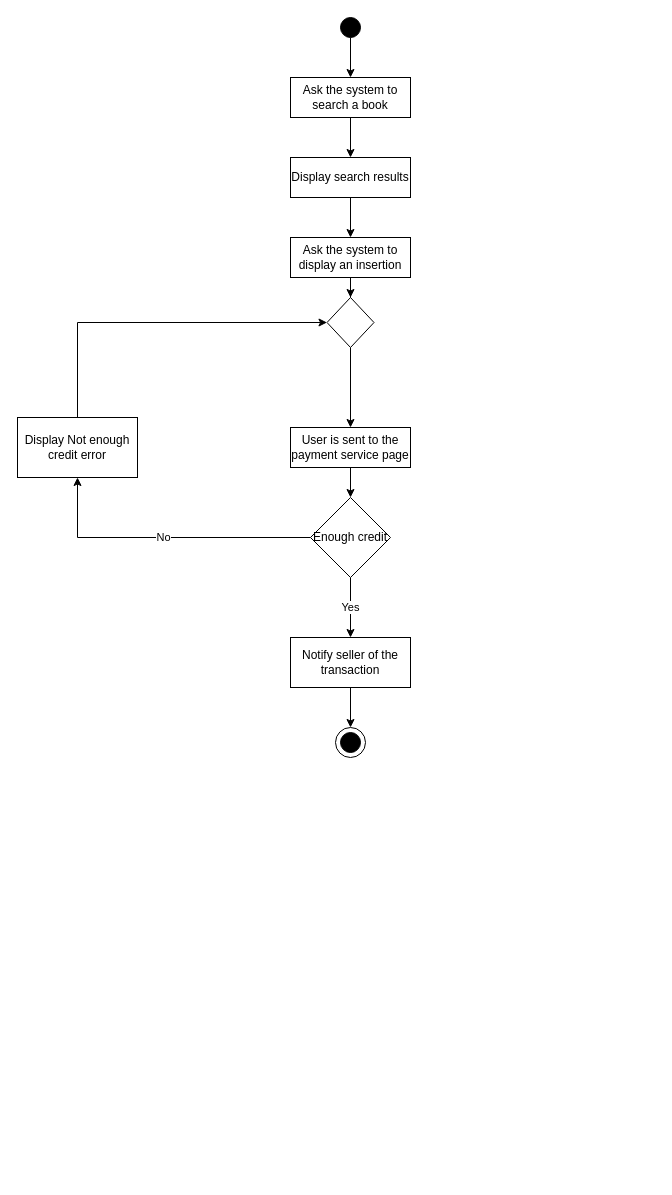
Above: blob/activitydiagram_ BuyBook.drawio in davideleoni997/ScambioUniversitario (draw.io), before the change. Source tidied: cells renumbered, new cells numbered last; positions are measured from the earlier drawing's top-left corner, leaving out a move shared by most shapes. Both pictures are drawn from the tidied source at 100%, with x=0, y=0 at pixel (17, 17).
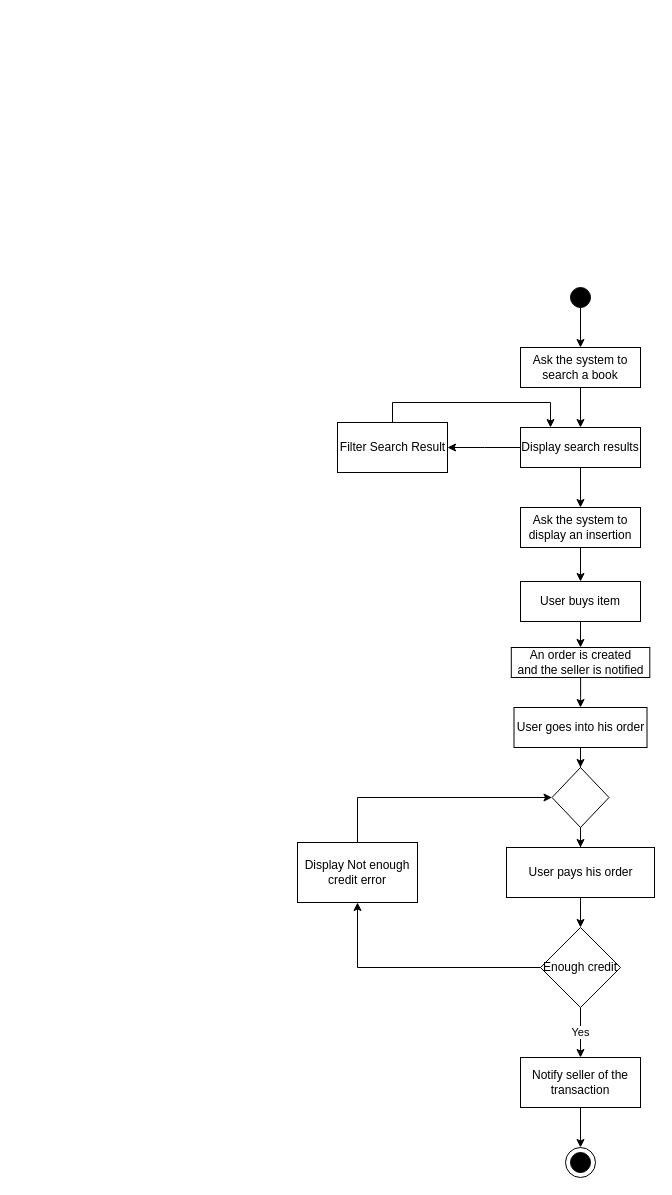
The same diagram, later.

Change to the diagram source:
```diff
@@
-    <mxCell id="2" style="edgeStyle=orthogonalEdgeStyle;rounded=0;jettySize=auto;html=1;entryX=0.5;entryY=0;entryDx=0;entryDy=0;" parent="1" edge="1" source="3" target="5">
-      <mxGeometry relative="1" as="geometry" />
-    </mxCell>
-    <mxCell id="3" style="ellipse;whiteSpace=wrap;html=1;fillColor=#000000;" parent="1" vertex="1">
-      <mxGeometry x="323" width="20" height="20" as="geometry" />
-    </mxCell>
+    <mxCell id="23" style="edgeStyle=orthogonalEdgeStyle;rounded=0;jettySize=auto;html=1;entryX=0.5;entryY=0;entryDx=0;entryDy=0;" parent="1" edge="1" source="24" target="5">
+      <mxGeometry relative="1" as="geometry" />
+    </mxCell>
+    <mxCell id="24" style="ellipse;whiteSpace=wrap;html=1;fillColor=#000000;" parent="1" vertex="1">
+      <mxGeometry x="553" y="270" width="20" height="20" as="geometry" />
+    </mxCell>
@@
     <mxCell id="5" value="Ask the system to search a book" style="rounded=0;whiteSpace=wrap;html=1;strokeColor=#000000;fillColor=#FFFFFF;" parent="1" vertex="1">
-      <mxGeometry x="273" y="60" width="120" height="40" as="geometry" />
+      <mxGeometry x="503" y="330" width="120" height="40" as="geometry" />
     </mxCell>
@@
+    <mxCell id="25" style="edgeStyle=orthogonalEdgeStyle;rounded=0;jettySize=auto;html=1;" parent="1" edge="1" source="7">
+      <mxGeometry relative="1" as="geometry">
+        <mxPoint x="430" y="430" as="targetPoint" />
+      </mxGeometry>
+    </mxCell>
     <mxCell id="7" value="Display search results" style="rounded=0;whiteSpace=wrap;html=1;strokeColor=#000000;fillColor=#FFFFFF;" parent="1" vertex="1">
-      <mxGeometry x="273" y="140" width="120" height="40" as="geometry" />
+      <mxGeometry x="503" y="410" width="120" height="40" as="geometry" />
     </mxCell>
-    <mxCell id="8" style="edgeStyle=orthogonalEdgeStyle;rounded=0;jettySize=auto;html=1;entryX=0.5;entryY=0;entryDx=0;entryDy=0;" parent="1" edge="1" source="9" target="22">
-      <mxGeometry relative="1" as="geometry" />
-    </mxCell>
+    <mxCell id="26" style="edgeStyle=orthogonalEdgeStyle;rounded=0;jettySize=auto;html=1;entryX=0.5;entryY=0;entryDx=0;entryDy=0;" parent="1" edge="1" source="9" target="31">
+      <mxGeometry relative="1" as="geometry" />
+    </mxCell>
     <mxCell id="9" value="Ask the system to display an insertion" style="rounded=0;whiteSpace=wrap;html=1;strokeColor=#000000;fillColor=#FFFFFF;" parent="1" vertex="1">
-      <mxGeometry x="273" y="220" width="120" height="40" as="geometry" />
+      <mxGeometry x="503" y="490" width="120" height="40" as="geometry" />
     </mxCell>
-    <mxCell id="10" style="edgeStyle=orthogonalEdgeStyle;rounded=0;jettySize=auto;html=1;entryX=0.5;entryY=0;entryDx=0;entryDy=0;" parent="1" edge="1" source="11" target="13">
-      <mxGeometry relative="1" as="geometry" />
-    </mxCell>
+    <mxCell id="27" style="edgeStyle=orthogonalEdgeStyle;rounded=0;jettySize=auto;html=1;entryX=0.5;entryY=0;entryDx=0;entryDy=0;" parent="1" edge="1" source="11" target="29">
+      <mxGeometry relative="1" as="geometry" />
+    </mxCell>
     <mxCell id="11" value="Notify seller of the transaction" style="rounded=0;whiteSpace=wrap;html=1;strokeColor=#000000;fillColor=#FFFFFF;" parent="1" vertex="1">
-      <mxGeometry x="273" y="620" width="120" height="50" as="geometry" />
+      <mxGeometry x="503" y="1040" width="120" height="50" as="geometry" />
     </mxCell>
-    <mxCell id="12" style="ellipse;whiteSpace=wrap;html=1;fillColor=#000000;" parent="1" vertex="1">
-      <mxGeometry x="323" y="715" width="20" height="20" as="geometry" />
-    </mxCell>
-    <mxCell id="13" style="ellipse;whiteSpace=wrap;html=1;strokeColor=#000000;fillColor=none;" parent="1" vertex="1">
-      <mxGeometry x="318" y="710" width="30" height="30" as="geometry" />
-    </mxCell>
-    <mxCell id="14" style="edgeStyle=orthogonalEdgeStyle;rounded=0;jettySize=auto;html=1;entryX=0.5;entryY=0;entryDx=0;entryDy=0;" parent="1" edge="1" source="15" target="18">
-      <mxGeometry relative="1" as="geometry" />
-    </mxCell>
-    <mxCell id="15" value="User is sent to the payment service page" style="rounded=0;whiteSpace=wrap;html=1;" parent="1" vertex="1">
-      <mxGeometry x="273" y="410" width="120" height="40" as="geometry" />
-    </mxCell>
+    <mxCell id="28" style="ellipse;whiteSpace=wrap;html=1;fillColor=#000000;" parent="1" vertex="1">
+      <mxGeometry x="553" y="1135" width="20" height="20" as="geometry" />
+    </mxCell>
+    <mxCell id="29" style="ellipse;whiteSpace=wrap;html=1;strokeColor=#000000;fillColor=none;" parent="1" vertex="1">
+      <mxGeometry x="548" y="1130" width="30" height="30" as="geometry" />
+    </mxCell>
+    <mxCell id="30" style="edgeStyle=orthogonalEdgeStyle;rounded=0;jettySize=auto;html=1;entryX=0.5;entryY=0;entryDx=0;entryDy=0;" parent="1" edge="1" source="31" target="36">
+      <mxGeometry relative="1" as="geometry" />
+    </mxCell>
+    <mxCell id="31" value="User buys item" style="rounded=0;whiteSpace=wrap;html=1;" parent="1" vertex="1">
+      <mxGeometry x="503" y="564" width="120" height="40" as="geometry" />
+    </mxCell>
+    <mxCell id="17" value="Yes" style="edgeStyle=orthogonalEdgeStyle;rounded=0;jettySize=auto;html=1;entryX=0.5;entryY=0;entryDx=0;entryDy=0;" parent="1" edge="1" source="18" target="11">
+      <mxGeometry relative="1" as="geometry" />
+    </mxCell>
-    <mxCell id="16" value="No" style="edgeStyle=orthogonalEdgeStyle;rounded=0;jettySize=auto;html=1;" parent="1" edge="1" source="18" target="20">
+    <mxCell id="16" style="edgeStyle=orthogonalEdgeStyle;rounded=0;jettySize=auto;html=1;entryX=0.5;entryY=1;entryDx=0;entryDy=0;" parent="1" edge="1" source="18" target="20">
       <mxGeometry relative="1" as="geometry" />
     </mxCell>
-    <mxCell id="17" value="Yes" style="edgeStyle=orthogonalEdgeStyle;rounded=0;jettySize=auto;html=1;entryX=0.5;entryY=0;entryDx=0;entryDy=0;" parent="1" edge="1" source="18" target="11">
-      <mxGeometry relative="1" as="geometry" />
-    </mxCell>
     <mxCell id="18" value="Enough credit" style="rhombus;whiteSpace=wrap;html=1;" parent="1" vertex="1">
-      <mxGeometry x="293" y="480" width="80" height="80" as="geometry" />
+      <mxGeometry x="523" y="910" width="80" height="80" as="geometry" />
     </mxCell>
-    <mxCell id="19" style="edgeStyle=orthogonalEdgeStyle;rounded=0;jettySize=auto;html=1;entryX=0;entryY=0.5;entryDx=0;entryDy=0;exitX=0.5;exitY=0;exitDx=0;exitDy=0;" parent="1" edge="1" source="20" target="22">
-      <mxGeometry relative="1" as="geometry" />
-    </mxCell>
+    <mxCell id="32" style="edgeStyle=orthogonalEdgeStyle;rounded=0;jettySize=auto;html=1;entryX=0;entryY=0.5;entryDx=0;entryDy=0;" parent="1" edge="1" source="20" target="42">
+      <mxGeometry relative="1" as="geometry">
+        <Array as="points">
+          <mxPoint x="340" y="780" />
+        </Array>
+      </mxGeometry>
+    </mxCell>
     <mxCell id="20" value="Display Not enough credit error" style="rounded=0;whiteSpace=wrap;html=1;" parent="1" vertex="1">
-      <mxGeometry y="400" width="120" height="60" as="geometry" />
+      <mxGeometry x="280" y="825" width="120" height="60" as="geometry" />
     </mxCell>
-    <mxCell id="21" style="edgeStyle=orthogonalEdgeStyle;rounded=0;jettySize=auto;html=1;entryX=0.5;entryY=0;entryDx=0;entryDy=0;" parent="1" edge="1" source="22" target="15">
-      <mxGeometry relative="1" as="geometry" />
-    </mxCell>
-    <mxCell id="22" style="rhombus;whiteSpace=wrap;html=1;" parent="1" vertex="1">
-      <mxGeometry x="309.5" y="280" width="47" height="50" as="geometry" />
-    </mxCell>
+    <mxCell id="33" style="edgeStyle=orthogonalEdgeStyle;rounded=0;jettySize=auto;html=1;entryX=0.25;entryY=0;entryDx=0;entryDy=0;" parent="1" edge="1" source="34" target="7">
+      <mxGeometry relative="1" as="geometry">
+        <Array as="points">
+          <mxPoint x="375" y="385" />
+          <mxPoint x="533" y="385" />
+        </Array>
+      </mxGeometry>
+    </mxCell>
+    <mxCell id="34" value="Filter Search Result" style="html=1;" parent="1" vertex="1">
+      <mxGeometry x="320" y="405" width="110" height="50" as="geometry" />
+    </mxCell>
+    <mxCell id="35" style="edgeStyle=orthogonalEdgeStyle;rounded=0;jettySize=auto;html=1;entryX=0.5;entryY=0;entryDx=0;entryDy=0;" parent="1" edge="1" source="36" target="38">
+      <mxGeometry relative="1" as="geometry" />
+    </mxCell>
+    <mxCell id="36" value="An order is created&lt;br&gt;and the seller is notified" style="html=1;" parent="1" vertex="1">
+      <mxGeometry x="493.8" y="630" width="138.5" height="30" as="geometry" />
+    </mxCell>
+    <mxCell id="37" style="edgeStyle=orthogonalEdgeStyle;rounded=0;jettySize=auto;html=1;entryX=0.5;entryY=0;entryDx=0;entryDy=0;" parent="1" edge="1" source="38" target="42">
+      <mxGeometry relative="1" as="geometry" />
+    </mxCell>
+    <mxCell id="38" value="User goes into his order" style="html=1;" parent="1" vertex="1">
+      <mxGeometry x="496.5" y="690" width="133" height="40" as="geometry" />
+    </mxCell>
+    <mxCell id="39" style="edgeStyle=orthogonalEdgeStyle;rounded=0;jettySize=auto;html=1;entryX=0.5;entryY=0;entryDx=0;entryDy=0;" parent="1" edge="1" source="40" target="18">
+      <mxGeometry relative="1" as="geometry" />
+    </mxCell>
+    <mxCell id="40" value="User pays his order" style="html=1;" parent="1" vertex="1">
+      <mxGeometry x="489" y="830" width="148" height="50" as="geometry" />
+    </mxCell>
+    <mxCell id="41" style="edgeStyle=orthogonalEdgeStyle;rounded=0;jettySize=auto;html=1;entryX=0.5;entryY=0;entryDx=0;entryDy=0;" parent="1" edge="1" source="42" target="40">
+      <mxGeometry relative="1" as="geometry" />
+    </mxCell>
+    <mxCell id="42" style="rhombus;whiteSpace=wrap;html=1;" parent="1" vertex="1">
+      <mxGeometry x="534.5" y="750" width="57" height="60" as="geometry" />
+    </mxCell>
```
